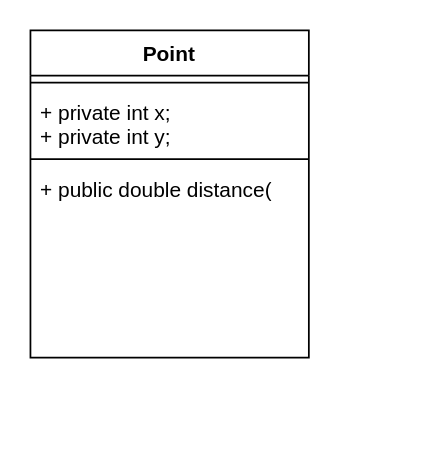
seaver-olson/Comp271 keeps this draw.io diagram as Untitled Diagram.drawio. Above is the earlier version. Source tidied: cells renumbered, new cells numbered last; positions are measured from the earlier drawing's top-left corner, leaving out a move shared by most shapes. Both pictures are drawn from the tidied source at 174%, with x=0, y=0 at pixel (30, 30).
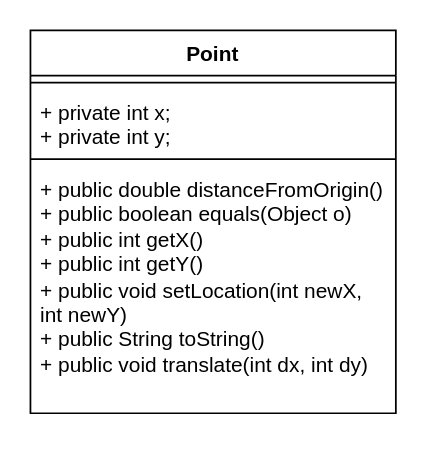
The same diagram, later.

Diff of the diagram source:
```diff
@@
 <mxGraphModel>
   <root>
     <mxCell id="0" />
     <mxCell id="1" parent="0" />
     <mxCell id="2" value="Point" style="swimlane;fontStyle=1;align=center;verticalAlign=top;horizontal=1;startSize=26;whiteSpace=wrap;html=1;" parent="1" vertex="1">
-      <mxGeometry width="160" height="188" as="geometry" />
+      <mxGeometry width="210" height="220" as="geometry" />
     </mxCell>
     <mxCell id="3" style="line;strokeWidth=1;fillColor=none;align=left;verticalAlign=middle;spacingTop=-1;spacingLeft=3;spacingRight=3;labelPosition=right;strokeColor=inherit;" parent="2" vertex="1">
-      <mxGeometry y="26" width="160" height="8" as="geometry" />
+      <mxGeometry y="26" width="210" height="8" as="geometry" />
     </mxCell>
     <mxCell id="4" value="+ private int x;&lt;br&gt;+ private int y;" style="text;strokeColor=none;fillColor=none;align=left;verticalAlign=top;spacingLeft=4;spacingRight=4;overflow=hidden;whiteSpace=wrap;html=1;" parent="2" vertex="1">
-      <mxGeometry y="34" width="160" height="36" as="geometry" />
+      <mxGeometry y="34" width="210" height="36" as="geometry" />
     </mxCell>
     <mxCell id="5" style="line;strokeWidth=1;fillColor=none;align=left;verticalAlign=middle;spacingTop=-1;spacingLeft=3;spacingRight=3;labelPosition=right;strokeColor=inherit;" parent="2" vertex="1">
-      <mxGeometry y="70" width="160" height="8" as="geometry" />
+      <mxGeometry y="70" width="210" height="8" as="geometry" />
     </mxCell>
-    <mxCell id="6" value="+ public double distance(" style="text;strokeColor=none;fillColor=none;align=left;verticalAlign=top;spacingLeft=4;spacingRight=4;overflow=hidden;whiteSpace=wrap;html=1;" parent="2" vertex="1">
-      <mxGeometry y="78" width="160" height="110" as="geometry" />
+    <mxCell id="6" value="+ public double distanceFromOrigin()&lt;br&gt;+&amp;nbsp;public boolean equals(Object o)&lt;br&gt;+&amp;nbsp;public int getX()&lt;br&gt;+&amp;nbsp;public int getY()&lt;br&gt;+&amp;nbsp;public void setLocation(int newX, int newY)&lt;br&gt;+&amp;nbsp;public String toString()&lt;br&gt;+&amp;nbsp;public void translate(int dx, int dy)" style="text;strokeColor=none;fillColor=none;align=left;verticalAlign=top;spacingLeft=4;spacingRight=4;overflow=hidden;whiteSpace=wrap;html=1;" parent="2" vertex="1">
+      <mxGeometry y="78" width="210" height="142" as="geometry" />
     </mxCell>
   </root>
 </mxGraphModel>
```
